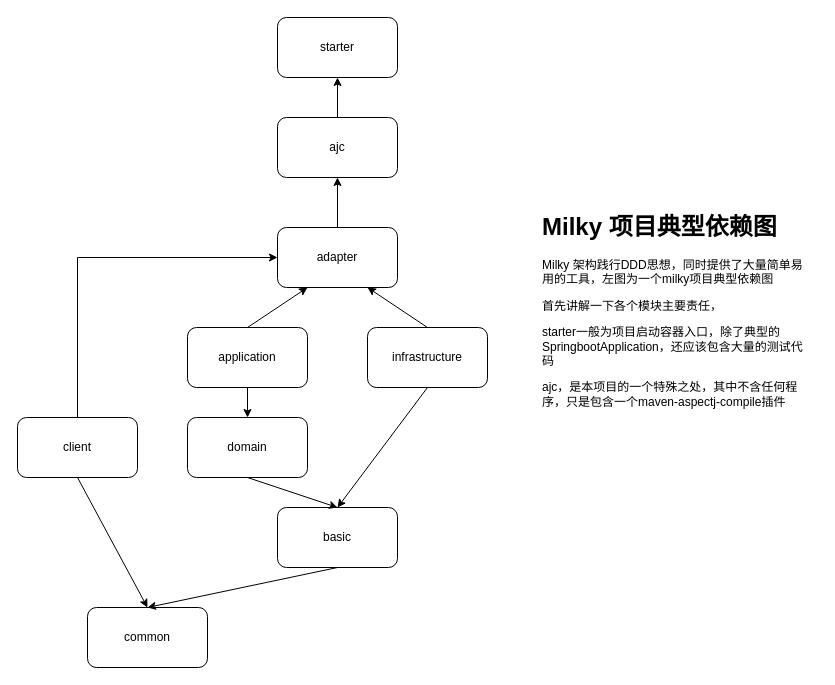
This is page "Page-1" (1 of 2) of demo/dependency-relation.drawio from chuanghou/milky, a draw.io file, before an edit. Source tidied: cells renumbered, new cells numbered last; positions are measured from the earlier drawing's top-left corner, leaving out a move shared by most shapes. Both pictures are drawn from the tidied source at 100%, with x=0, y=0 at pixel (17, 17).
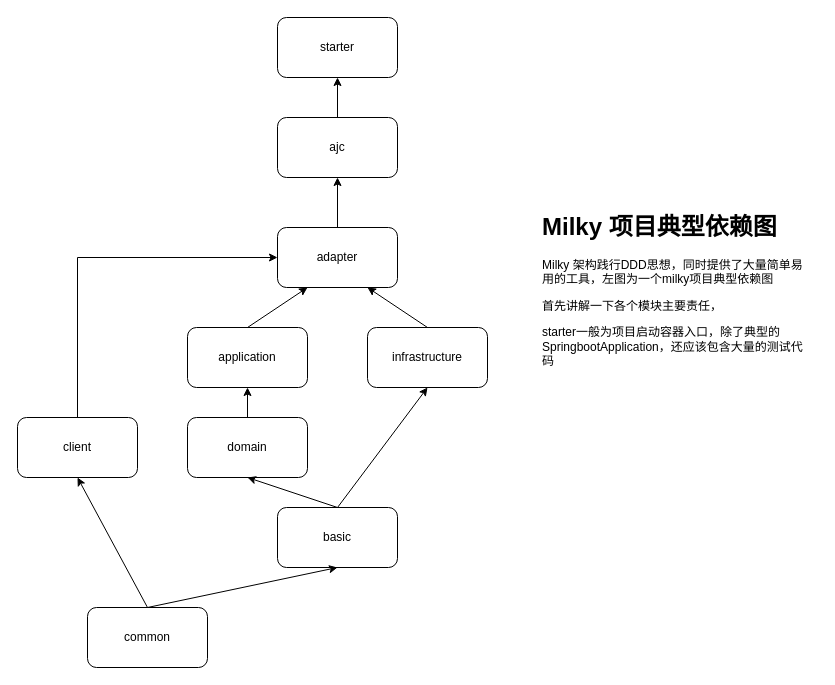
The same page after the edit.

Commit message (it also covers changes not shown here):
optimize import and change dependency

Unchanged cells that the change refers to:
```xml
<mxCell id="3" value="application" style="rounded=1;whiteSpace=wrap;html=1;" parent="1" vertex="1">
  <mxGeometry x="170" y="310" width="120" height="60" as="geometry" />
</mxCell>
<mxCell id="4" value="domain" style="rounded=1;whiteSpace=wrap;html=1;" parent="1" vertex="1">
  <mxGeometry x="170" y="400" width="120" height="60" as="geometry" />
</mxCell>
<mxCell id="7" value="infrastructure" style="rounded=1;whiteSpace=wrap;html=1;" parent="1" vertex="1">
  <mxGeometry x="350" y="310" width="120" height="60" as="geometry" />
</mxCell>
<mxCell id="9" value="basic" style="rounded=1;whiteSpace=wrap;html=1;" parent="1" vertex="1">
  <mxGeometry x="260" y="490" width="120" height="60" as="geometry" />
</mxCell>
<mxCell id="11" value="client" style="rounded=1;whiteSpace=wrap;html=1;" parent="1" vertex="1">
  <mxGeometry y="400" width="120" height="60" as="geometry" />
</mxCell>
<mxCell id="13" value="common" style="rounded=1;whiteSpace=wrap;html=1;" parent="1" vertex="1">
  <mxGeometry x="70" y="590" width="120" height="60" as="geometry" />
</mxCell>
```

Change to the diagram source:
```diff
@@
-    <mxCell id="2" style="edgeStyle=orthogonalEdgeStyle;rounded=0;jettySize=auto;html=1;" parent="1" edge="1" source="3" target="4">
+    <mxCell id="2" style="edgeStyle=orthogonalEdgeStyle;rounded=0;jettySize=auto;html=1;exitX=0.5;exitY=0;exitDx=0;exitDy=0;entryX=0.5;entryY=1;entryDx=0;entryDy=0;" parent="1" edge="1" source="4" target="3">
       <mxGeometry relative="1" as="geometry" />
     </mxCell>
@@
-    <mxCell id="10" style="endArrow=classic;html=1;rounded=0;exitX=0.5;exitY=1;exitDx=0;exitDy=0;entryX=0.5;entryY=0;entryDx=0;entryDy=0;" parent="1" edge="1" source="7" target="9">
+    <mxCell id="10" style="endArrow=classic;html=1;rounded=0;entryX=0.5;entryY=1;entryDx=0;entryDy=0;exitX=0.5;exitY=0;exitDx=0;exitDy=0;" parent="1" edge="1" source="9" target="7">
       <mxGeometry relative="1" as="geometry" />
     </mxCell>
@@
-    <mxCell id="18" value="&lt;h1&gt;Milky 项目典型依赖图&lt;/h1&gt;&lt;p&gt;Milky 架构践行DDD思想，同时提供了大量简单易用的工具，左图为一个milky项目典型依赖图&lt;/p&gt;&lt;p&gt;首先讲解一下各个模块主要责任，&lt;/p&gt;&lt;p&gt;starter一般为项目启动容器入口，除了典型的SpringbootApplication，还应该包含大量的测试代码&lt;/p&gt;&lt;p&gt;ajc，是本项目的一个特殊之处，其中不含任何程序，只是包含一个maven-aspectj-compile插件&lt;/p&gt;&lt;p&gt;&lt;br&gt;&lt;/p&gt;" style="text;html=1;strokeColor=none;fillColor=none;spacing=5;spacingTop=-20;whiteSpace=wrap;overflow=hidden;rounded=0;" parent="1" vertex="1">
-      <mxGeometry x="520" y="190" width="280" height="390" as="geometry" />
+    <mxCell id="18" value="&lt;h1&gt;Milky 项目典型依赖图&lt;/h1&gt;&lt;p&gt;Milky 架构践行DDD思想，同时提供了大量简单易用的工具，左图为一个milky项目典型依赖图&lt;/p&gt;&lt;p&gt;首先讲解一下各个模块主要责任，&lt;/p&gt;&lt;p&gt;starter一般为项目启动容器入口，除了典型的SpringbootApplication，还应该包含大量的测试代码&lt;/p&gt;" style="text;html=1;strokeColor=none;fillColor=none;spacing=5;spacingTop=-20;whiteSpace=wrap;overflow=hidden;rounded=0;" parent="1" vertex="1">
+      <mxGeometry x="520" y="190" width="280" height="190" as="geometry" />
     </mxCell>
-    <mxCell id="19" style="endArrow=classic;html=1;rounded=0;exitX=0.5;exitY=1;exitDx=0;exitDy=0;entryX=0.5;entryY=0;entryDx=0;entryDy=0;" parent="1" edge="1" source="4" target="9">
-      <mxGeometry relative="1" as="geometry" />
+    <mxCell id="19" style="endArrow=classic;html=1;rounded=0;entryX=0.5;entryY=1;entryDx=0;entryDy=0;" parent="1" edge="1" target="4">
+      <mxGeometry relative="1" as="geometry">
+        <mxPoint x="320" y="490" as="sourcePoint" />
+      </mxGeometry>
     </mxCell>
-    <mxCell id="20" style="endArrow=classic;html=1;rounded=0;exitX=0.5;exitY=1;exitDx=0;exitDy=0;entryX=0.5;entryY=0;entryDx=0;entryDy=0;" parent="1" edge="1" source="9" target="13">
+    <mxCell id="20" style="endArrow=classic;html=1;rounded=0;exitX=0.5;exitY=0;exitDx=0;exitDy=0;entryX=0.5;entryY=1;entryDx=0;entryDy=0;" parent="1" edge="1" source="13" target="9">
       <mxGeometry relative="1" as="geometry" />
     </mxCell>
-    <mxCell id="21" style="endArrow=classic;html=1;rounded=0;entryX=0.5;entryY=0;entryDx=0;entryDy=0;exitX=0.5;exitY=1;exitDx=0;exitDy=0;" parent="1" edge="1" source="11" target="13">
-      <mxGeometry relative="1" as="geometry" />
+    <mxCell id="21" style="endArrow=classic;html=1;rounded=0;entryX=0.5;entryY=1;entryDx=0;entryDy=0;" parent="1" edge="1" target="11">
+      <mxGeometry relative="1" as="geometry">
+        <mxPoint x="130" y="590" as="sourcePoint" />
+      </mxGeometry>
     </mxCell>
```
